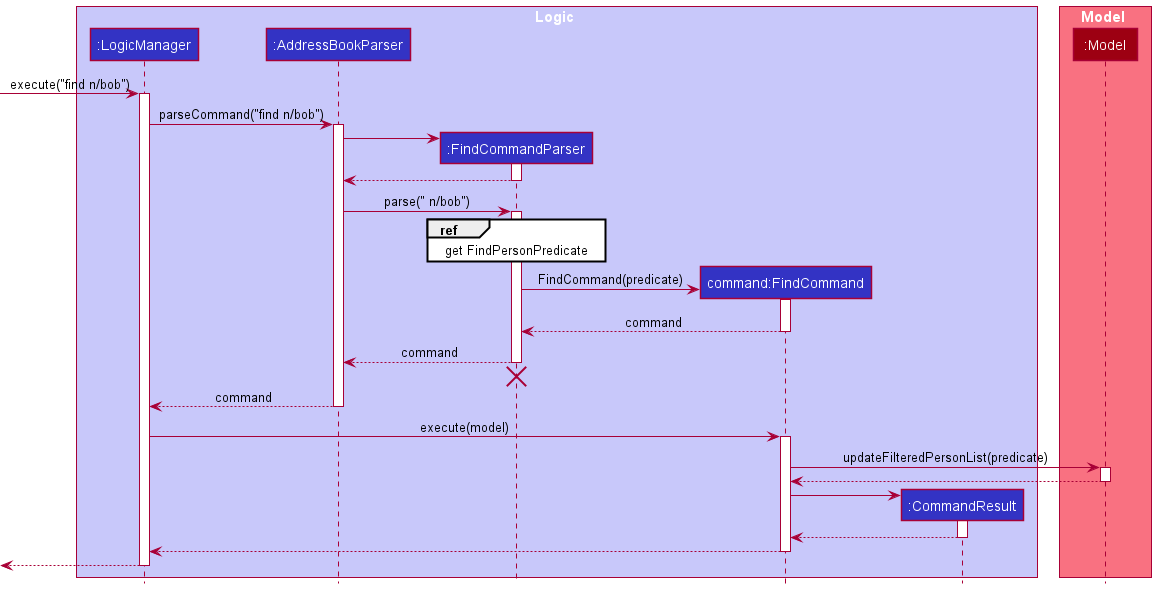
The PlantUML diagram docs/images/FindSequenceDiagram.png in tandeshao/tp, before a commit.
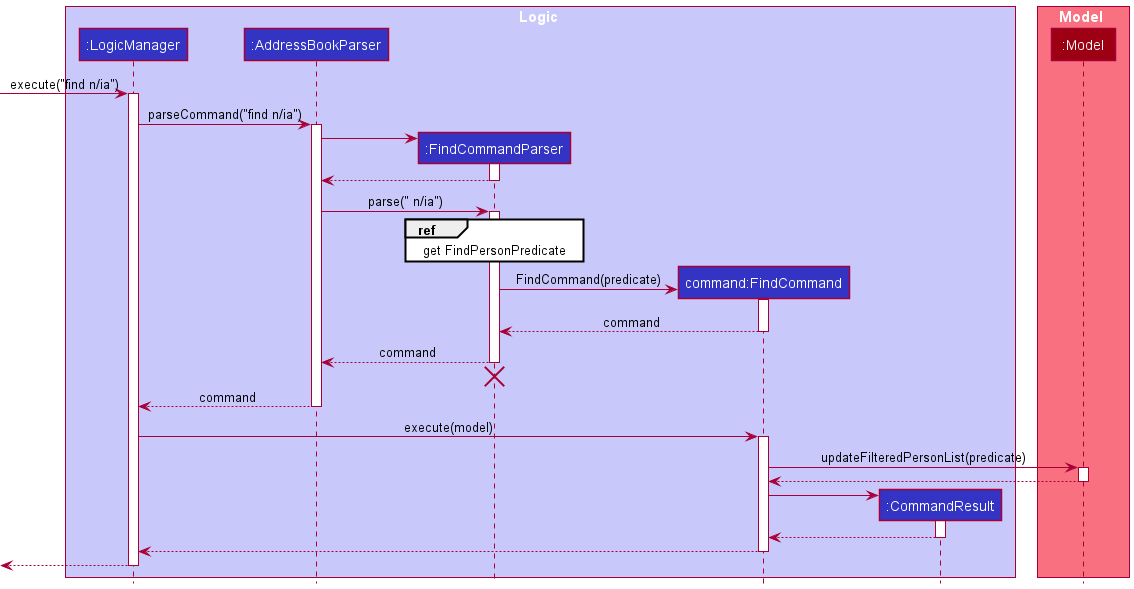
Above is the later version.

What changed in the source:
```diff
@@ -15,10 +15,10 @@
 participant ":Model" as Model MODEL_COLOR
 end box
 
-[-> LogicManager : execute("find n/bob")
+[-> LogicManager : execute("find n/ia")
 activate LogicManager
 
-LogicManager -> AddressBookParser : parseCommand("find n/bob")
+LogicManager -> AddressBookParser : parseCommand("find n/ia")
 activate AddressBookParser
 
 create FindCommandParser
@@ -28,7 +28,7 @@
 FindCommandParser --> AddressBookParser
 deactivate FindCommandParser
 
-AddressBookParser -> FindCommandParser : parse(" n/bob")
+AddressBookParser -> FindCommandParser : parse(" n/ia")
 activate FindCommandParser
 
 ref over FindCommandParser : get FindPersonPredicate
```
